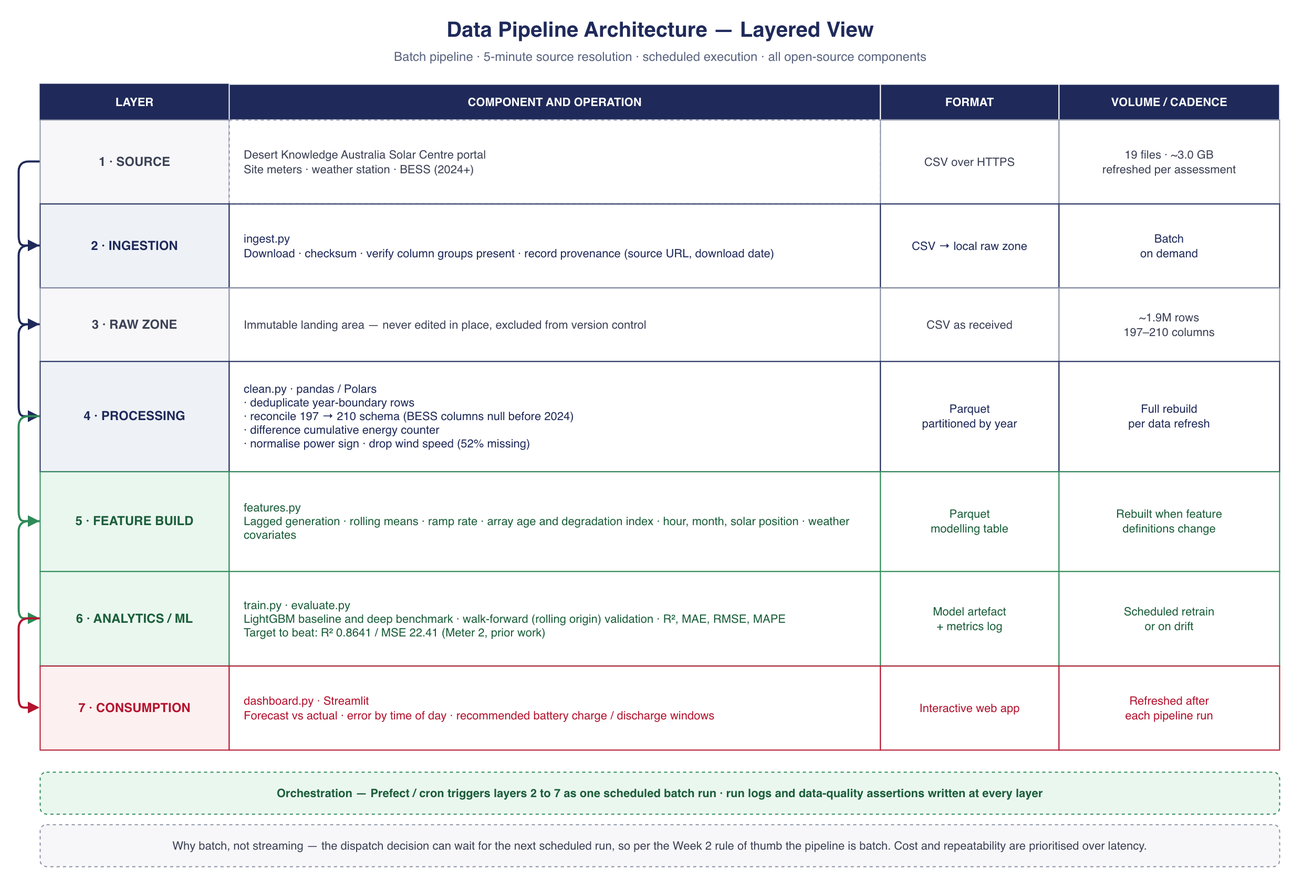
Before: Architecture_Diagrams/05-data-pipeline-architecture.png, a diagram exported from draw.io (Uttam1618/PRT661-solar-forecasting). Source tidied: cells renumbered, new cells last; positions are measured from the earlier drawing's top-left corner, leaving out a move shared by most shapes.
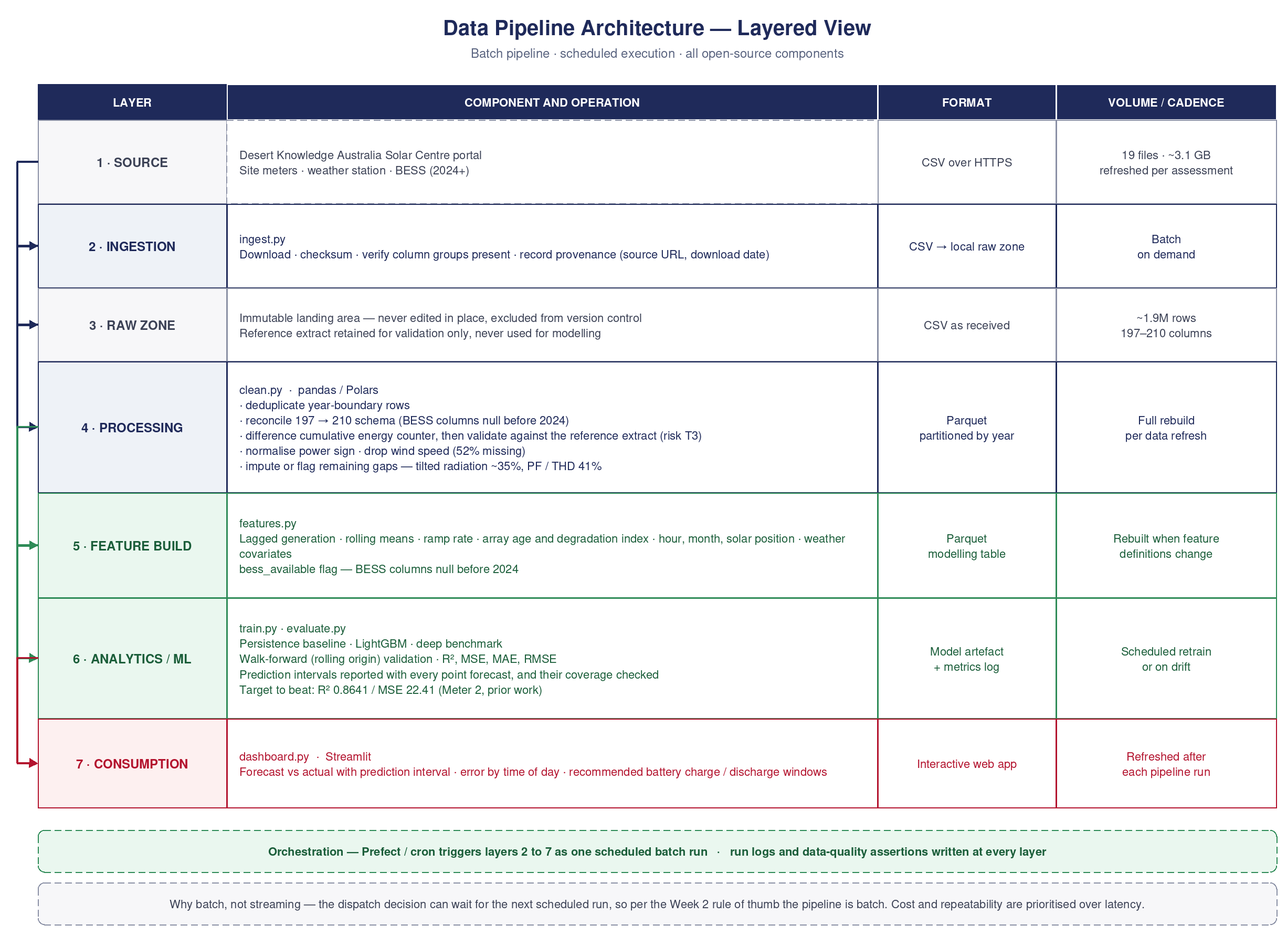
The same file after the commit.

Commit message:
Correct architecture diagrams 03-05

What changed in the source:
```diff
@@ -5,7 +5,7 @@
     <mxCell id="2" value="Data Pipeline Architecture — Layered View" style="text;html=1;fontSize=20;fontStyle=1;align=center;fontColor=#1F2A5A;" parent="1" vertex="1">
       <mxGeometry x="20" width="1180" height="30" as="geometry" />
     </mxCell>
-    <mxCell id="3" value="Batch pipeline · 5-minute source resolution · scheduled execution · all open-source components" style="text;html=1;fontSize=12;align=center;fontColor=#5A6480;" parent="1" vertex="1">
+    <mxCell id="3" value="Batch pipeline · scheduled execution · all open-source components" style="text;html=1;fontSize=12;align=center;fontColor=#5A6480;" parent="1" vertex="1">
       <mxGeometry x="20" y="30" width="1180" height="20" as="geometry" />
     </mxCell>
     <mxCell id="4" value="LAYER" style="rounded=0;whiteSpace=wrap;html=1;fillColor=#1F2A5A;strokeColor=#1F2A5A;fontColor=#FFFFFF;fontSize=11;fontStyle=1;" parent="1" vertex="1">
@@ -29,7 +29,7 @@
     <mxCell id="10" value="CSV over HTTPS" style="rounded=0;whiteSpace=wrap;html=1;fillColor=#FFFFFF;strokeColor=#8A90A5;fontColor=#3C4256;fontSize=11;" parent="1" vertex="1">
       <mxGeometry x="820" y="104" width="170" height="80" as="geometry" />
     </mxCell>
-    <mxCell id="11" value="19 files · ~3.0 GB&#10;refreshed per assessment" style="rounded=0;whiteSpace=wrap;html=1;fillColor=#FFFFFF;strokeColor=#8A90A5;fontColor=#3C4256;fontSize=11;" parent="1" vertex="1">
+    <mxCell id="11" value="19 files · ~3.1 GB&#10;refreshed per assessment" style="rounded=0;whiteSpace=wrap;html=1;fillColor=#FFFFFF;strokeColor=#8A90A5;fontColor=#3C4256;fontSize=11;" parent="1" vertex="1">
       <mxGeometry x="990" y="104" width="210" height="80" as="geometry" />
     </mxCell>
     <mxCell id="12" value="2 · INGESTION" style="rounded=0;whiteSpace=wrap;html=1;fillColor=#EEF2F7;strokeColor=#1F2A5A;fontColor=#1F2A5A;fontSize=12;fontStyle=1;" parent="1" vertex="1">
@@ -47,7 +47,7 @@
     <mxCell id="16" value="3 · RAW ZONE" style="rounded=0;whiteSpace=wrap;html=1;fillColor=#F7F7F9;strokeColor=#8A90A5;fontColor=#3C4256;fontSize=12;fontStyle=1;" parent="1" vertex="1">
       <mxGeometry x="20" y="264" width="180" height="70" as="geometry" />
     </mxCell>
-    <mxCell id="17" value="Immutable landing area — never edited in place, excluded from version control" style="rounded=0;whiteSpace=wrap;html=1;fillColor=#FFFFFF;strokeColor=#8A90A5;fontColor=#3C4256;fontSize=11;align=left;spacingLeft=12;" parent="1" vertex="1">
+    <mxCell id="17" value="Immutable landing area — never edited in place, excluded from version control&#10;Reference extract retained for validation only, never used for modelling" style="rounded=0;whiteSpace=wrap;html=1;fillColor=#FFFFFF;strokeColor=#8A90A5;fontColor=#3C4256;fontSize=11;align=left;spacingLeft=12;" parent="1" vertex="1">
       <mxGeometry x="200" y="264" width="620" height="70" as="geometry" />
     </mxCell>
     <mxCell id="18" value="CSV as received" style="rounded=0;whiteSpace=wrap;html=1;fillColor=#FFFFFF;strokeColor=#8A90A5;fontColor=#3C4256;fontSize=11;" parent="1" vertex="1">
@@ -57,58 +57,58 @@
       <mxGeometry x="990" y="264" width="210" height="70" as="geometry" />
     </mxCell>
     <mxCell id="20" value="4 · PROCESSING" style="rounded=0;whiteSpace=wrap;html=1;fillColor=#EEF2F7;strokeColor=#1F2A5A;fontColor=#1F2A5A;fontSize=12;fontStyle=1;" parent="1" vertex="1">
-      <mxGeometry x="20" y="334" width="180" height="105" as="geometry" />
+      <mxGeometry x="20" y="334" width="180" height="125" as="geometry" />
     </mxCell>
-    <mxCell id="21" value="clean.py  ·  pandas / Polars&#10;· deduplicate year-boundary rows&#10;· reconcile 197 → 210 schema (BESS columns null before 2024)&#10;· difference cumulative energy counter&#10;· normalise power sign · drop wind speed (52% missing)" style="rounded=0;whiteSpace=wrap;html=1;fillColor=#FFFFFF;strokeColor=#1F2A5A;fontColor=#1F2A5A;fontSize=11;align=left;spacingLeft=12;" parent="1" vertex="1">
-      <mxGeometry x="200" y="334" width="620" height="105" as="geometry" />
+    <mxCell id="21" value="clean.py  ·  pandas / Polars&#10;· deduplicate year-boundary rows&#10;· reconcile 197 → 210 schema (BESS columns null before 2024)&#10;· difference cumulative energy counter, then validate against the reference extract (risk T3)&#10;· normalise power sign · drop wind speed (52% missing)&#10;· impute or flag remaining gaps — tilted radiation ~35%, PF / THD 41%" style="rounded=0;whiteSpace=wrap;html=1;fillColor=#FFFFFF;strokeColor=#1F2A5A;fontColor=#1F2A5A;fontSize=11;align=left;spacingLeft=12;" parent="1" vertex="1">
+      <mxGeometry x="200" y="334" width="620" height="125" as="geometry" />
     </mxCell>
     <mxCell id="22" value="Parquet&#10;partitioned by year" style="rounded=0;whiteSpace=wrap;html=1;fillColor=#FFFFFF;strokeColor=#1F2A5A;fontColor=#1F2A5A;fontSize=11;" parent="1" vertex="1">
-      <mxGeometry x="820" y="334" width="170" height="105" as="geometry" />
+      <mxGeometry x="820" y="334" width="170" height="125" as="geometry" />
     </mxCell>
     <mxCell id="23" value="Full rebuild&#10;per data refresh" style="rounded=0;whiteSpace=wrap;html=1;fillColor=#FFFFFF;strokeColor=#1F2A5A;fontColor=#1F2A5A;fontSize=11;" parent="1" vertex="1">
-      <mxGeometry x="990" y="334" width="210" height="105" as="geometry" />
+      <mxGeometry x="990" y="334" width="210" height="125" as="geometry" />
     </mxCell>
     <mxCell id="24" value="5 · FEATURE BUILD" style="rounded=0;whiteSpace=wrap;html=1;fillColor=#EAF7EF;strokeColor=#2E8B57;fontColor=#1B5E3A;fontSize=12;fontStyle=1;" parent="1" vertex="1">
-      <mxGeometry x="20" y="439" width="180" height="95" as="geometry" />
+      <mxGeometry x="20" y="459" width="180" height="100" as="geometry" />
     </mxCell>
-    <mxCell id="25" value="features.py&#10;Lagged generation · rolling means · ramp rate · array age and degradation index · hour, month, solar position · weather covariates" style="rounded=0;whiteSpace=wrap;html=1;fillColor=#FFFFFF;strokeColor=#2E8B57;fontColor=#1B5E3A;fontSize=11;align=left;spacingLeft=12;" parent="1" vertex="1">
-      <mxGeometry x="200" y="439" width="620" height="95" as="geometry" />
+    <mxCell id="25" value="features.py&#10;Lagged generation · rolling means · ramp rate · array age and degradation index · hour, month, solar position · weather covariates&#10;bess_available flag — BESS columns null before 2024" style="rounded=0;whiteSpace=wrap;html=1;fillColor=#FFFFFF;strokeColor=#2E8B57;fontColor=#1B5E3A;fontSize=11;align=left;spacingLeft=12;" parent="1" vertex="1">
+      <mxGeometry x="200" y="459" width="620" height="100" as="geometry" />
     </mxCell>
     <mxCell id="26" value="Parquet&#10;modelling table" style="rounded=0;whiteSpace=wrap;html=1;fillColor=#FFFFFF;strokeColor=#2E8B57;fontColor=#1B5E3A;fontSize=11;" parent="1" vertex="1">
-      <mxGeometry x="820" y="439" width="170" height="95" as="geometry" />
+      <mxGeometry x="820" y="459" width="170" height="100" as="geometry" />
     </mxCell>
     <mxCell id="27" value="Rebuilt when feature&#10;definitions change" style="rounded=0;whiteSpace=wrap;html=1;fillColor=#FFFFFF;strokeColor=#2E8B57;fontColor=#1B5E3A;fontSize=11;" parent="1" vertex="1">
-      <mxGeometry x="990" y="439" width="210" height="95" as="geometry" />
+      <mxGeometry x="990" y="459" width="210" height="100" as="geometry" />
     </mxCell>
     <mxCell id="28" value="6 · ANALYTICS / ML" style="rounded=0;whiteSpace=wrap;html=1;fillColor=#EAF7EF;strokeColor=#2E8B57;fontColor=#1B5E3A;fontSize=12;fontStyle=1;" parent="1" vertex="1">
-      <mxGeometry x="20" y="534" width="180" height="90" as="geometry" />
+      <mxGeometry x="20" y="559" width="180" height="115" as="geometry" />
     </mxCell>
-    <mxCell id="29" value="train.py · evaluate.py&#10;LightGBM baseline and deep benchmark · walk-forward (rolling origin) validation · R², MAE, RMSE, MAPE&#10;Target to beat: R² 0.8641 / MSE 22.41 (Meter 2, prior work)" style="rounded=0;whiteSpace=wrap;html=1;fillColor=#FFFFFF;strokeColor=#2E8B57;fontColor=#1B5E3A;fontSize=11;align=left;spacingLeft=12;" parent="1" vertex="1">
-      <mxGeometry x="200" y="534" width="620" height="90" as="geometry" />
+    <mxCell id="29" value="train.py · evaluate.py&#10;Persistence baseline · LightGBM · deep benchmark&#10;Walk-forward (rolling origin) validation · R², MSE, MAE, RMSE&#10;Prediction intervals reported with every point forecast, and their coverage checked&#10;Target to beat: R² 0.8641 / MSE 22.41 (Meter 2, prior work)" style="rounded=0;whiteSpace=wrap;html=1;fillColor=#FFFFFF;strokeColor=#2E8B57;fontColor=#1B5E3A;fontSize=11;align=left;spacingLeft=12;" parent="1" vertex="1">
+      <mxGeometry x="200" y="559" width="620" height="115" as="geometry" />
     </mxCell>
     <mxCell id="30" value="Model artefact&#10;+ metrics log" style="rounded=0;whiteSpace=wrap;html=1;fillColor=#FFFFFF;strokeColor=#2E8B57;fontColor=#1B5E3A;fontSize=11;" parent="1" vertex="1">
-      <mxGeometry x="820" y="534" width="170" height="90" as="geometry" />
+      <mxGeometry x="820" y="559" width="170" height="115" as="geometry" />
     </mxCell>
     <mxCell id="31" value="Scheduled retrain&#10;or on drift" style="rounded=0;whiteSpace=wrap;html=1;fillColor=#FFFFFF;strokeColor=#2E8B57;fontColor=#1B5E3A;fontSize=11;" parent="1" vertex="1">
-      <mxGeometry x="990" y="534" width="210" height="90" as="geometry" />
+      <mxGeometry x="990" y="559" width="210" height="115" as="geometry" />
     </mxCell>
     <mxCell id="32" value="7 · CONSUMPTION" style="rounded=0;whiteSpace=wrap;html=1;fillColor=#FDF0F0;strokeColor=#B3132E;fontColor=#B3132E;fontSize=12;fontStyle=1;" parent="1" vertex="1">
-      <mxGeometry x="20" y="624" width="180" height="80" as="geometry" />
+      <mxGeometry x="20" y="674" width="180" height="85" as="geometry" />
     </mxCell>
-    <mxCell id="33" value="dashboard.py  ·  Streamlit&#10;Forecast vs actual · error by time of day · recommended battery charge / discharge windows" style="rounded=0;whiteSpace=wrap;html=1;fillColor=#FFFFFF;strokeColor=#B3132E;fontColor=#B3132E;fontSize=11;align=left;spacingLeft=12;" parent="1" vertex="1">
-      <mxGeometry x="200" y="624" width="620" height="80" as="geometry" />
+    <mxCell id="33" value="dashboard.py  ·  Streamlit&#10;Forecast vs actual with prediction interval · error by time of day · recommended battery charge / discharge windows" style="rounded=0;whiteSpace=wrap;html=1;fillColor=#FFFFFF;strokeColor=#B3132E;fontColor=#B3132E;fontSize=11;align=left;spacingLeft=12;" parent="1" vertex="1">
+      <mxGeometry x="200" y="674" width="620" height="85" as="geometry" />
     </mxCell>
     <mxCell id="34" value="Interactive web app" style="rounded=0;whiteSpace=wrap;html=1;fillColor=#FFFFFF;strokeColor=#B3132E;fontColor=#B3132E;fontSize=11;" parent="1" vertex="1">
-      <mxGeometry x="820" y="624" width="170" height="80" as="geometry" />
+      <mxGeometry x="820" y="674" width="170" height="85" as="geometry" />
     </mxCell>
     <mxCell id="35" value="Refreshed after&#10;each pipeline run" style="rounded=0;whiteSpace=wrap;html=1;fillColor=#FFFFFF;strokeColor=#B3132E;fontColor=#B3132E;fontSize=11;" parent="1" vertex="1">
-      <mxGeometry x="990" y="624" width="210" height="80" as="geometry" />
+      <mxGeometry x="990" y="674" width="210" height="85" as="geometry" />
     </mxCell>
     <mxCell id="36" value="Orchestration — Prefect / cron triggers layers 2 to 7 as one scheduled batch run   ·   run logs and data-quality assertions written at every layer" style="rounded=1;whiteSpace=wrap;html=1;fillColor=#EAF7EF;strokeColor=#2E8B57;fontColor=#1B5E3A;fontSize=11;fontStyle=1;dashed=1;" parent="1" vertex="1">
-      <mxGeometry x="20" y="725" width="1180" height="40" as="geometry" />
+      <mxGeometry x="20" y="780" width="1180" height="40" as="geometry" />
     </mxCell>
     <mxCell id="37" value="Why batch, not streaming — the dispatch decision can wait for the next scheduled run, so per the Week 2 rule of thumb the pipeline is batch. Cost and repeatability are prioritised over latency." style="rounded=1;whiteSpace=wrap;html=1;fillColor=#F7F7F9;strokeColor=#8A90A5;fontColor=#3C4256;fontSize=11;dashed=1;" parent="1" vertex="1">
-      <mxGeometry x="20" y="775" width="1180" height="40" as="geometry" />
+      <mxGeometry x="20" y="830" width="1180" height="40" as="geometry" />
     </mxCell>
     <mxCell id="38" style="edgeStyle=orthogonalEdgeStyle;html=1;strokeColor=#1F2A5A;strokeWidth=2;endArrow=block;exitX=0;exitY=0.5;entryX=0;entryY=0.5;" parent="1" edge="1" source="8" target="12">
       <mxGeometry relative="1" as="geometry">
@@ -130,31 +130,31 @@
       <mxGeometry relative="1" as="geometry">
         <Array as="points">
           <mxPoint y="299" />
-          <mxPoint y="386" />
+          <mxPoint y="396" />
         </Array>
       </mxGeometry>
     </mxCell>
     <mxCell id="41" style="edgeStyle=orthogonalEdgeStyle;html=1;strokeColor=#2E8B57;strokeWidth=2;endArrow=block;exitX=0;exitY=0.5;entryX=0;entryY=0.5;" parent="1" edge="1" source="20" target="24">
       <mxGeometry relative="1" as="geometry">
         <Array as="points">
-          <mxPoint y="386" />
-          <mxPoint y="486" />
+          <mxPoint y="396" />
+          <mxPoint y="509" />
         </Array>
       </mxGeometry>
     </mxCell>
     <mxCell id="42" style="edgeStyle=orthogonalEdgeStyle;html=1;strokeColor=#2E8B57;strokeWidth=2;endArrow=block;exitX=0;exitY=0.5;entryX=0;entryY=0.5;" parent="1" edge="1" source="24" target="28">
       <mxGeometry relative="1" as="geometry">
         <Array as="points">
-          <mxPoint y="486" />
-          <mxPoint y="579" />
+          <mxPoint y="509" />
+          <mxPoint y="616" />
         </Array>
       </mxGeometry>
     </mxCell>
     <mxCell id="43" style="edgeStyle=orthogonalEdgeStyle;html=1;strokeColor=#B3132E;strokeWidth=2;endArrow=block;exitX=0;exitY=0.5;entryX=0;entryY=0.5;" parent="1" edge="1" source="28" target="32">
       <mxGeometry relative="1" as="geometry">
         <Array as="points">
-          <mxPoint y="579" />
-          <mxPoint y="664" />
+          <mxPoint y="616" />
+          <mxPoint y="716" />
         </Array>
       </mxGeometry>
     </mxCell>
```
